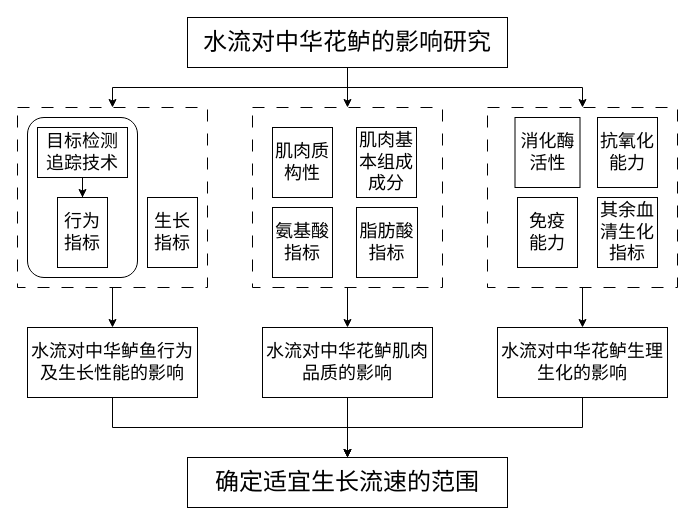
Above: 水流对对中华花鲈的影响.drawio in 729973389/picture (draw.io), before the change. Source tidied: cells renumbered, new cells numbered last; positions are measured from the earlier drawing's top-left corner, leaving out a move shared by most shapes. Both pictures are drawn from the tidied source at 100%, with x=0, y=0 at pixel (17, 17).
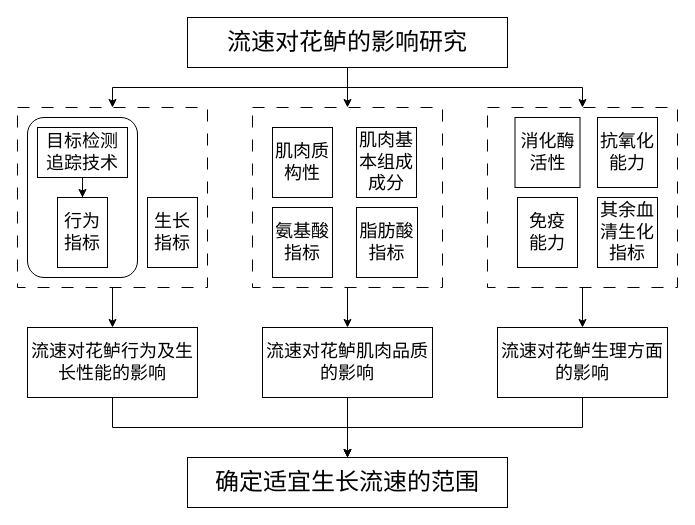
Above is the later version.

Commit message:
更新水流对对中华花鲈的影响.drawio

What changed in the source:
```diff
@@
-    <mxCell id="5" value="&lt;font style=&quot;font-size: 24px;&quot; face=&quot;宋体&quot;&gt;水流对中华花鲈的影响研究&lt;/font&gt;" style="rounded=0;whiteSpace=wrap;html=1;" parent="1" vertex="1">
+    <mxCell id="5" value="&lt;font style=&quot;font-size: 24px;&quot; face=&quot;宋体&quot;&gt;流速对花鲈的影响研究&lt;/font&gt;" style="rounded=0;whiteSpace=wrap;html=1;" parent="1" vertex="1">
       <mxGeometry x="170" width="320" height="50" as="geometry" />
     </mxCell>
@@
-    <mxCell id="26" value="&lt;font style=&quot;font-size: 18px;&quot; face=&quot;宋体&quot;&gt;水流对中华鲈鱼行为及生长性能的影响&lt;/font&gt;" style="rounded=0;whiteSpace=wrap;html=1;" parent="1" vertex="1">
+    <mxCell id="26" value="&lt;font style=&quot;font-size: 18px;&quot; face=&quot;宋体&quot;&gt;流速对花鲈行为及生长性能的影响&lt;/font&gt;" style="rounded=0;whiteSpace=wrap;html=1;" parent="1" vertex="1">
       <mxGeometry x="10" y="310" width="170" height="70" as="geometry" />
     </mxCell>
@@
-    <mxCell id="28" value="&lt;font style=&quot;font-size: 18px;&quot; face=&quot;宋体&quot;&gt;水流对中华花鲈肌肉品质的影响&lt;/font&gt;" style="rounded=0;whiteSpace=wrap;html=1;" parent="1" vertex="1">
+    <mxCell id="28" value="&lt;font style=&quot;font-size: 18px;&quot; face=&quot;宋体&quot;&gt;流速对花鲈肌肉品质的影响&lt;/font&gt;" style="rounded=0;whiteSpace=wrap;html=1;" parent="1" vertex="1">
       <mxGeometry x="245" y="310" width="170" height="70" as="geometry" />
     </mxCell>
@@
-    <mxCell id="30" value="&lt;font style=&quot;font-size: 18px;&quot; face=&quot;宋体&quot;&gt;水流对中华花鲈生理生化的影响&lt;/font&gt;" style="rounded=0;whiteSpace=wrap;html=1;" parent="1" vertex="1">
+    <mxCell id="30" value="&lt;font style=&quot;font-size: 18px;&quot; face=&quot;宋体&quot;&gt;流速对花鲈生理方面的影响&lt;/font&gt;" style="rounded=0;whiteSpace=wrap;html=1;" parent="1" vertex="1">
       <mxGeometry x="480" y="310" width="170" height="70" as="geometry" />
     </mxCell>
```
